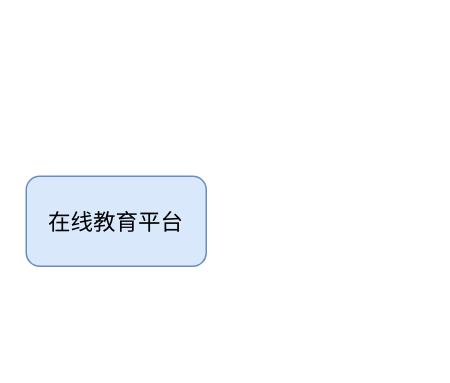
The draw.io diagram Springboot/在线教育original.drawio in redcomet88/DRAW, before the edit. Source tidied: cells renumbered, new cells numbered last; positions are measured from the earlier drawing's top-left corner, leaving out a move shared by most shapes. Both pictures are drawn from the tidied source at 150%, with x=0, y=0 at pixel (26, 176).
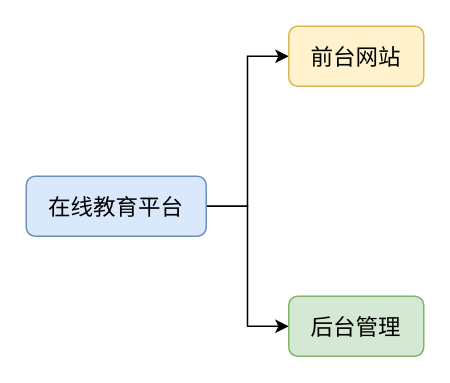
After the change.

Commit message:
更新在线教育original.drawio

Diff of the diagram source:
```diff
@@
 <mxGraphModel>
   <root>
     <mxCell id="0" />
     <mxCell id="1" parent="0" />
+    <mxCell id="3" style="edgeStyle=orthogonalEdgeStyle;rounded=0;jettySize=auto;html=1;exitX=1;exitY=0.5;exitDx=0;exitDy=0;entryX=0;entryY=0.5;entryDx=0;entryDy=0;fontSize=15;" parent="1" edge="1" source="2" target="6">
+      <mxGeometry relative="1" as="geometry" />
+    </mxCell>
+    <mxCell id="4" style="edgeStyle=orthogonalEdgeStyle;rounded=0;jettySize=auto;html=1;exitX=1;exitY=0.5;exitDx=0;exitDy=0;entryX=0;entryY=0.5;entryDx=0;entryDy=0;fontSize=15;" parent="1" edge="1" source="2" target="5">
+      <mxGeometry relative="1" as="geometry" />
+    </mxCell>
     <mxCell id="2" value="在线教育平台" style="rounded=1;whiteSpace=wrap;html=1;fillColor=#dae8fc;strokeColor=#6c8ebf;fontSize=15;" parent="1" vertex="1">
-      <mxGeometry width="120" height="60" as="geometry" />
+      <mxGeometry width="120" height="40" as="geometry" />
     </mxCell>
+    <mxCell id="5" value="后台管理" style="rounded=1;whiteSpace=wrap;html=1;fillColor=#d5e8d4;strokeColor=#82b366;fontSize=15;" parent="1" vertex="1">
+      <mxGeometry x="175" y="80" width="90" height="40" as="geometry" />
+    </mxCell>
+    <mxCell id="6" value="前台网站" style="rounded=1;whiteSpace=wrap;html=1;fillColor=#fff2cc;strokeColor=#d6b656;fontSize=15;" parent="1" vertex="1">
+      <mxGeometry x="175" y="-100" width="90" height="40" as="geometry" />
+    </mxCell>
   </root>
 </mxGraphModel>
```
